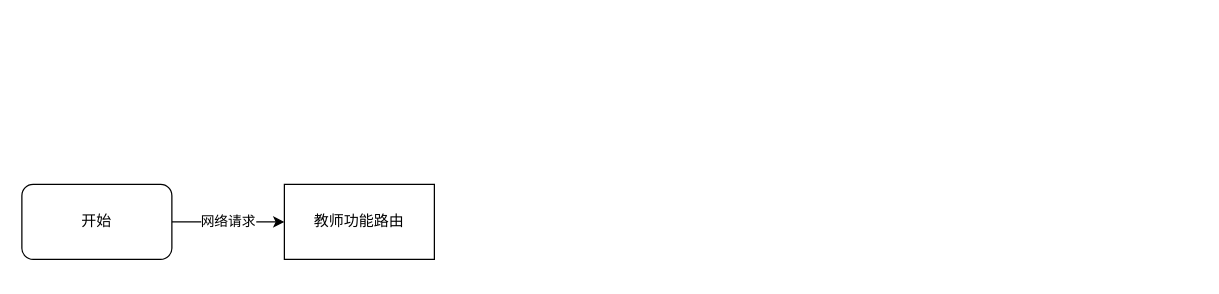
Before: 教师模块后端流程设计.drawio in YuChenLiao/UML, a draw.io diagram. Source tidied: cells renumbered, new cells numbered last; positions are measured from the earlier drawing's top-left corner, leaving out a move shared by most shapes. Both pictures are drawn from the tidied source at 125%, with x=0, y=0 at pixel (21, 184).
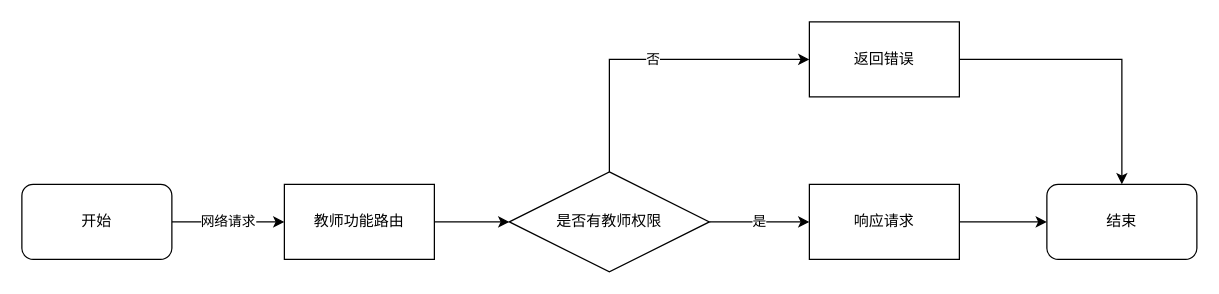
Above is the later version.

Commit message (it also covers changes not shown here):
更新教师模块后端流程设计.drawio

Diff of the diagram source:
```diff
@@
 <mxGraphModel>
   <root>
     <mxCell id="0" />
     <mxCell id="1" parent="0" />
     <mxCell id="2" value="网络请求" style="edgeStyle=orthogonalEdgeStyle;rounded=0;jettySize=auto;html=1;exitX=1;exitY=0.5;exitDx=0;exitDy=0;entryX=0;entryY=0.5;entryDx=0;entryDy=0;" parent="1" edge="1" source="3" target="4">
       <mxGeometry relative="1" as="geometry" />
     </mxCell>
     <mxCell id="3" value="开始" style="rounded=1;whiteSpace=wrap;html=1;" parent="1" vertex="1">
       <mxGeometry width="120" height="60" as="geometry" />
     </mxCell>
+    <mxCell id="5" style="edgeStyle=orthogonalEdgeStyle;rounded=0;jettySize=auto;html=1;exitX=1;exitY=0.5;exitDx=0;exitDy=0;entryX=0;entryY=0.5;entryDx=0;entryDy=0;" parent="1" edge="1" source="4" target="8">
+      <mxGeometry relative="1" as="geometry" />
+    </mxCell>
     <mxCell id="4" value="教师功能路由" style="rounded=0;whiteSpace=wrap;html=1;" parent="1" vertex="1">
       <mxGeometry x="210" width="120" height="60" as="geometry" />
     </mxCell>
+    <mxCell id="6" value="是" style="edgeStyle=orthogonalEdgeStyle;rounded=0;jettySize=auto;html=1;exitX=1;exitY=0.5;exitDx=0;exitDy=0;entryX=0;entryY=0.5;entryDx=0;entryDy=0;" parent="1" edge="1" source="8" target="10">
+      <mxGeometry relative="1" as="geometry" />
+    </mxCell>
+    <mxCell id="7" value="否" style="edgeStyle=orthogonalEdgeStyle;rounded=0;jettySize=auto;html=1;exitX=0.5;exitY=0;exitDx=0;exitDy=0;entryX=0;entryY=0.5;entryDx=0;entryDy=0;" parent="1" edge="1" source="8" target="13">
+      <mxGeometry relative="1" as="geometry" />
+    </mxCell>
+    <mxCell id="8" value="是否有教师权限" style="rhombus;whiteSpace=wrap;html=1;" parent="1" vertex="1">
+      <mxGeometry x="390" y="-10" width="160" height="80" as="geometry" />
+    </mxCell>
+    <mxCell id="9" style="edgeStyle=orthogonalEdgeStyle;rounded=0;jettySize=auto;html=1;exitX=1;exitY=0.5;exitDx=0;exitDy=0;entryX=0;entryY=0.5;entryDx=0;entryDy=0;" parent="1" edge="1" source="10" target="11">
+      <mxGeometry relative="1" as="geometry" />
+    </mxCell>
+    <mxCell id="10" value="响应请求" style="rounded=0;whiteSpace=wrap;html=1;" parent="1" vertex="1">
+      <mxGeometry x="630" width="120" height="60" as="geometry" />
+    </mxCell>
+    <mxCell id="11" value="结束" style="rounded=1;whiteSpace=wrap;html=1;" parent="1" vertex="1">
+      <mxGeometry x="820" width="120" height="60" as="geometry" />
+    </mxCell>
+    <mxCell id="12" style="edgeStyle=orthogonalEdgeStyle;rounded=0;jettySize=auto;html=1;exitX=1;exitY=0.5;exitDx=0;exitDy=0;entryX=0.5;entryY=0;entryDx=0;entryDy=0;" parent="1" edge="1" source="13" target="11">
+      <mxGeometry relative="1" as="geometry" />
+    </mxCell>
+    <mxCell id="13" value="返回错误" style="rounded=0;whiteSpace=wrap;html=1;" parent="1" vertex="1">
+      <mxGeometry x="630" y="-130" width="120" height="60" as="geometry" />
+    </mxCell>
   </root>
 </mxGraphModel>
```
